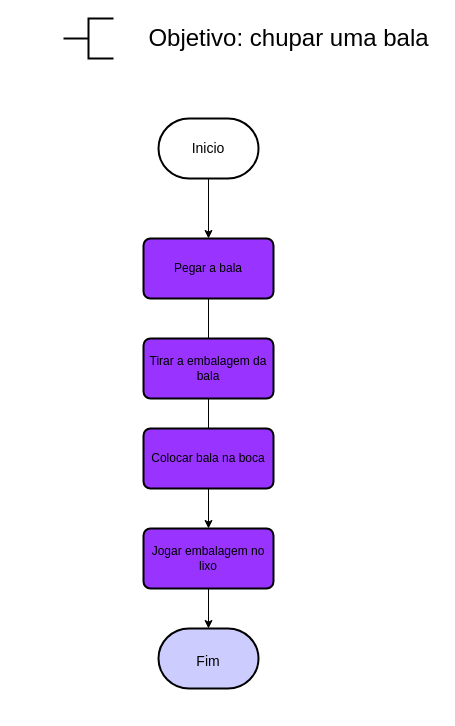
The draw.io diagram Diagrama sem nome.drawio in Tavarina/diagramasMaiscode, before the edit. Source tidied: cells renumbered, new cells numbered last; positions are measured from the earlier drawing's top-left corner, leaving out a move shared by most shapes. Both pictures are drawn from the tidied source at 100%, with x=0, y=0 at pixel (63, 18).
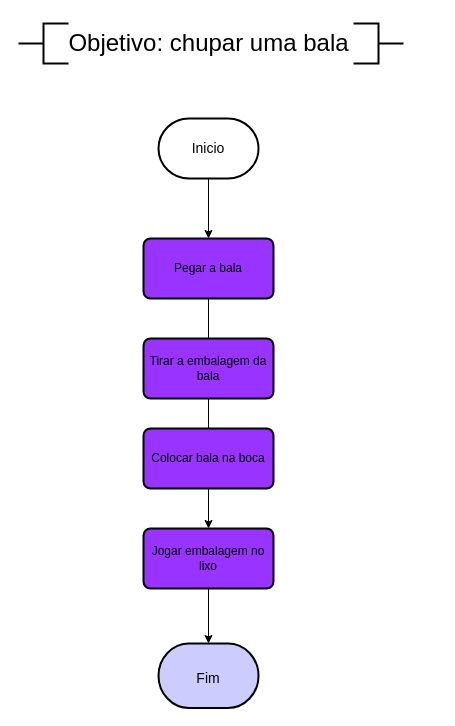
Above is the later version.

Change to the diagram source:
```diff
@@
 <mxGraphModel>
   <root>
     <mxCell id="0" />
     <mxCell id="1" parent="0" />
     <mxCell id="2" style="edgeStyle=orthogonalEdgeStyle;rounded=0;jettySize=auto;html=1;" parent="1" edge="1" source="3" target="4">
       <mxGeometry relative="1" as="geometry" />
     </mxCell>
     <mxCell id="3" value="&lt;font style=&quot;font-size: 14px;&quot;&gt;Inicio&lt;/font&gt;" style="strokeWidth=2;html=1;shape=mxgraph.flowchart.terminator;whiteSpace=wrap;" parent="1" vertex="1">
       <mxGeometry x="95" y="100" width="100" height="60" as="geometry" />
     </mxCell>
     <mxCell id="4" value="Pegar a bala" style="rounded=1;whiteSpace=wrap;html=1;absoluteArcSize=1;arcSize=14;strokeWidth=2;fillColor=#9933FF;" parent="1" vertex="1">
       <mxGeometry x="80" y="220" width="130" height="60" as="geometry" />
     </mxCell>
     <mxCell id="5" value="&lt;font style=&quot;font-size: 14px;&quot;&gt;Fim&lt;/font&gt;" style="strokeWidth=2;html=1;shape=mxgraph.flowchart.terminator;whiteSpace=wrap;fontSize=24;fillColor=#CCCCFF;" parent="1" vertex="1">
-      <mxGeometry x="95" y="610" width="100" height="60" as="geometry" />
+      <mxGeometry x="95" y="625" width="100" height="64.5" as="geometry" />
     </mxCell>
     <mxCell id="6" style="strokeWidth=2;html=1;shape=mxgraph.flowchart.annotation_2;align=left;labelPosition=right;fontSize=24;fillColor=#CCCCFF;" parent="1" vertex="1">
-      <mxGeometry width="50" height="40" as="geometry" />
+      <mxGeometry x="-45" y="5" width="50" height="40" as="geometry" />
     </mxCell>
     <mxCell id="7" value="Objetivo: chupar uma bala" style="text;html=1;align=center;verticalAlign=middle;strokeColor=none;fillColor=none;fontSize=24;" parent="1" vertex="1">
-      <mxGeometry x="75" width="300" height="40" as="geometry" />
+      <mxGeometry x="-5" y="5" width="300" height="40" as="geometry" />
     </mxCell>
     <mxCell id="8" style="edgeStyle=orthogonalEdgeStyle;rounded=0;orthogonalLoop=1;jettySize=auto;html=1;exitX=0.5;exitY=1;exitDx=0;exitDy=0;fontSize=14;" parent="1" edge="1" source="4" target="4">
       <mxGeometry relative="1" as="geometry" />
     </mxCell>
     <mxCell id="9" value="Tirar a embalagem da bala" style="rounded=1;whiteSpace=wrap;html=1;absoluteArcSize=1;arcSize=14;strokeWidth=2;fillColor=#9933FF;" parent="1" vertex="1">
       <mxGeometry x="80" y="320" width="130" height="60" as="geometry" />
     </mxCell>
     <mxCell id="10" style="edgeStyle=orthogonalEdgeStyle;rounded=0;jettySize=auto;html=1;endArrow=none;" parent="1" edge="1" source="4" target="9">
       <mxGeometry relative="1" as="geometry" />
     </mxCell>
     <mxCell id="11" style="edgeStyle=orthogonalEdgeStyle;rounded=0;jettySize=auto;html=1;fontSize=14;" parent="1" edge="1" source="12" target="15">
       <mxGeometry relative="1" as="geometry" />
     </mxCell>
     <mxCell id="12" value="Colocar bala na boca" style="rounded=1;whiteSpace=wrap;html=1;absoluteArcSize=1;arcSize=14;strokeWidth=2;fillColor=#9933FF;" parent="1" vertex="1">
       <mxGeometry x="80" y="410" width="130" height="60" as="geometry" />
     </mxCell>
     <mxCell id="13" style="edgeStyle=orthogonalEdgeStyle;rounded=0;jettySize=auto;html=1;startArrow=none;endArrow=none;" parent="1" edge="1" source="9" target="12">
       <mxGeometry relative="1" as="geometry" />
     </mxCell>
     <mxCell id="14" style="edgeStyle=orthogonalEdgeStyle;rounded=0;jettySize=auto;html=1;fontSize=14;entryX=0.5;entryY=0;entryDx=0;entryDy=0;entryPerimeter=0;" parent="1" edge="1" source="15" target="5">
       <mxGeometry relative="1" as="geometry" />
     </mxCell>
     <mxCell id="15" value="Jogar embalagem no lixo" style="rounded=1;whiteSpace=wrap;html=1;absoluteArcSize=1;arcSize=14;strokeWidth=2;fillColor=#9933FF;" parent="1" vertex="1">
       <mxGeometry x="80" y="510" width="130" height="60" as="geometry" />
     </mxCell>
+    <mxCell id="16" style="strokeWidth=2;html=1;shape=mxgraph.flowchart.annotation_2;align=left;labelPosition=right;fontSize=24;fillColor=#CCCCFF;direction=west;" parent="1" vertex="1">
+      <mxGeometry x="290" y="5" width="50" height="40" as="geometry" />
+    </mxCell>
   </root>
 </mxGraphModel>
```
